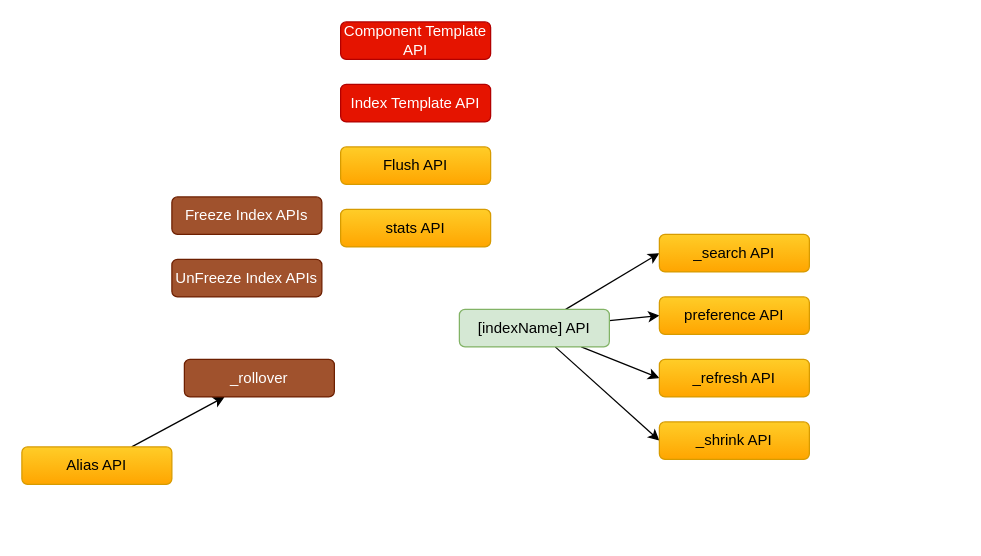
Above: page "Index APIs" (1 of 4) of My Articles/elastic stack/ES REST APIs.drawio in paramothers/books (draw.io), before the change. Source tidied: cells renumbered, new cells numbered last; positions are measured from the earlier drawing's top-left corner, leaving out a move shared by most shapes. Both pictures are drawn from the tidied source at 125%, with x=0, y=0 at pixel (21, 21).
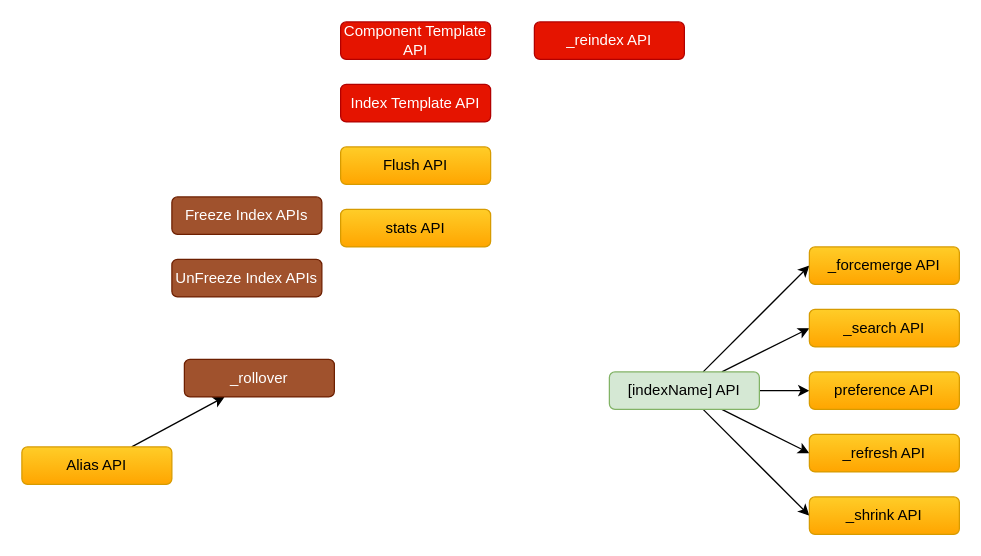
The same page after the edit.

Change to the diagram source:
```diff
@@
+    <mxCell id="20" style="edgeStyle=none;rounded=0;jettySize=auto;html=1;entryX=0;entryY=0.5;entryDx=0;entryDy=0;" parent="1" edge="1" source="10" target="21">
+      <mxGeometry relative="1" as="geometry" />
+    </mxCell>
     <mxCell id="10" value="[indexName] API" style="rounded=1;whiteSpace=wrap;html=1;fillColor=#d5e8d4;strokeColor=#82b366;" parent="1" vertex="1">
-      <mxGeometry x="350" y="230" width="120" height="30" as="geometry" />
+      <mxGeometry x="470" y="280" width="120" height="30" as="geometry" />
     </mxCell>
@@
     <mxCell id="13" value="_search API" style="rounded=1;whiteSpace=wrap;html=1;gradientColor=#ffa500;fillColor=#ffcd28;strokeColor=#d79b00;" parent="1" vertex="1">
-      <mxGeometry x="510" y="170" width="120" height="30" as="geometry" />
+      <mxGeometry x="630" y="230" width="120" height="30" as="geometry" />
     </mxCell>
     <mxCell id="14" value="preference API" style="rounded=1;whiteSpace=wrap;html=1;gradientColor=#ffa500;fillColor=#ffcd28;strokeColor=#d79b00;" parent="1" vertex="1">
-      <mxGeometry x="510" y="220" width="120" height="30" as="geometry" />
+      <mxGeometry x="630" y="280" width="120" height="30" as="geometry" />
     </mxCell>
     <mxCell id="15" value="_refresh API" style="rounded=1;whiteSpace=wrap;html=1;gradientColor=#ffa500;fillColor=#ffcd28;strokeColor=#d79b00;" parent="1" vertex="1">
-      <mxGeometry x="510" y="270" width="120" height="30" as="geometry" />
+      <mxGeometry x="630" y="330" width="120" height="30" as="geometry" />
     </mxCell>
     <mxCell id="16" value="_shrink API" style="rounded=1;whiteSpace=wrap;html=1;gradientColor=#ffa500;fillColor=#ffcd28;strokeColor=#d79b00;" parent="1" vertex="1">
-      <mxGeometry x="510" y="320" width="120" height="30" as="geometry" />
+      <mxGeometry x="630" y="380" width="120" height="30" as="geometry" />
     </mxCell>
@@
+    <mxCell id="21" value="_forcemerge API" style="rounded=1;whiteSpace=wrap;html=1;gradientColor=#ffa500;fillColor=#ffcd28;strokeColor=#d79b00;" parent="1" vertex="1">
+      <mxGeometry x="630" y="180" width="120" height="30" as="geometry" />
+    </mxCell>
+    <mxCell id="22" value="_reindex API" style="rounded=1;whiteSpace=wrap;html=1;fillColor=#e51400;strokeColor=#B20000;fontColor=#ffffff;" parent="1" vertex="1">
+      <mxGeometry x="410" width="120" height="30" as="geometry" />
+    </mxCell>
```
